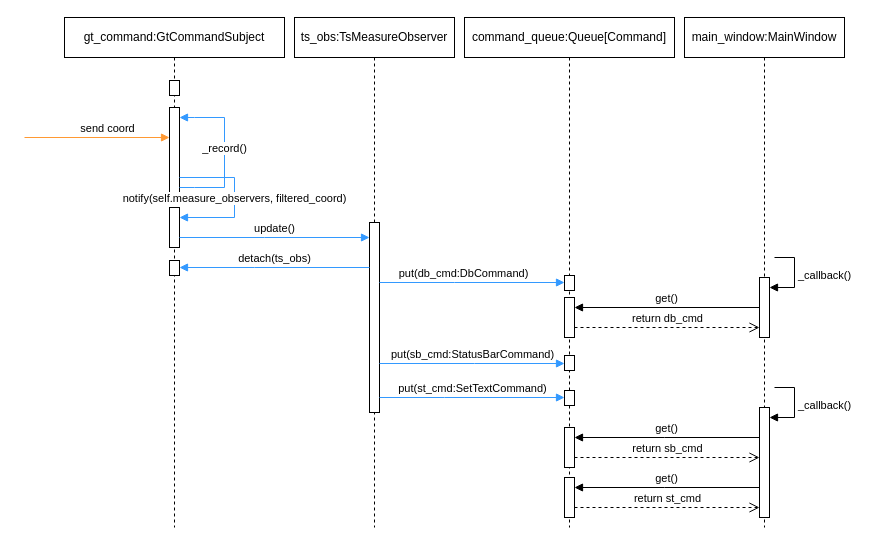
Above: procedural/meassure_trainswitch.drawio in pascalreiss/draw_io_stuff (draw.io), before the change. Source tidied: cells renumbered, new cells numbered last; positions are measured from the earlier drawing's top-left corner, leaving out a move shared by most shapes. Both pictures are drawn from the tidied source at 100%, with x=0, y=0 at pixel (24, 17).
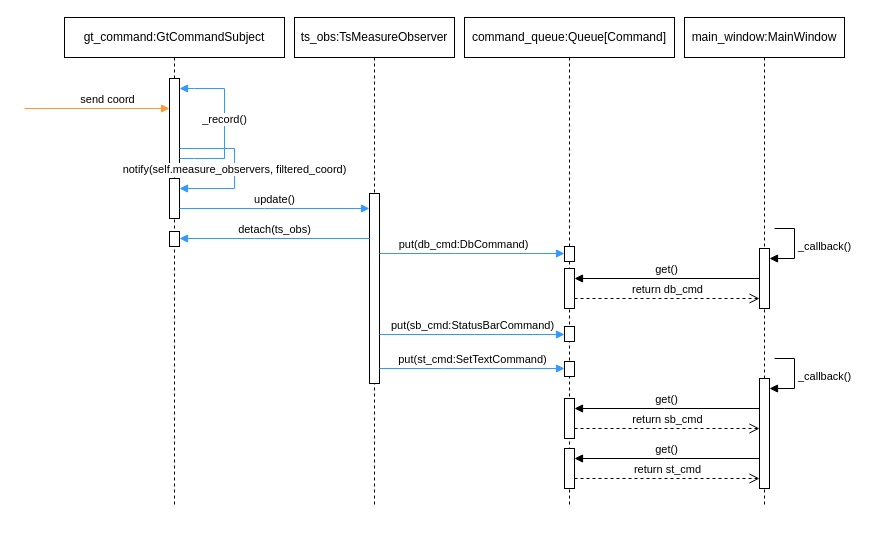
The same diagram, later.

What changed in the source:
```diff
@@
     <mxCell id="2" value="main_window:MainWindow" style="shape=umlLifeline;perimeter=lifelinePerimeter;whiteSpace=wrap;html=1;newEdgeStyle={&quot;curved&quot;:0,&quot;rounded&quot;:0};" parent="1" vertex="1">
-      <mxGeometry x="660" width="160" height="510" as="geometry" />
+      <mxGeometry x="660" width="160" height="490" as="geometry" />
     </mxCell>
     <mxCell id="3" style="html=1;points=[[0,0,0,0,5],[0,1,0,0,-5],[1,0,0,0,5],[1,1,0,0,-5]];perimeter=orthogonalPerimeter;outlineConnect=0;targetShapes=umlLifeline;portConstraint=eastwest;newEdgeStyle={&quot;curved&quot;:0,&quot;rounded&quot;:0};" parent="2" vertex="1">
-      <mxGeometry x="75" y="260" width="10" height="60" as="geometry" />
+      <mxGeometry x="75" y="231" width="10" height="60" as="geometry" />
     </mxCell>
     <mxCell id="4" value="_callback()" style="html=1;align=left;spacingLeft=2;endArrow=block;rounded=0;edgeStyle=orthogonalEdgeStyle;curved=0;rounded=0;" parent="2" edge="1" target="3">
       <mxGeometry relative="1" as="geometry">
-        <mxPoint x="90" y="240" as="sourcePoint" />
+        <mxPoint x="90" y="211" as="sourcePoint" />
         <Array as="points">
-          <mxPoint x="110" y="270" />
+          <mxPoint x="110" y="241" />
         </Array>
       </mxGeometry>
     </mxCell>
     <mxCell id="5" value="command_queue:Queue[Command]" style="shape=umlLifeline;perimeter=lifelinePerimeter;whiteSpace=wrap;html=1;newEdgeStyle={&quot;curved&quot;:0,&quot;rounded&quot;:0};" parent="1" vertex="1">
-      <mxGeometry x="440" width="210" height="510" as="geometry" />
+      <mxGeometry x="440" width="210" height="490" as="geometry" />
     </mxCell>
     <mxCell id="6" style="html=1;points=[[0,0,0,0,5],[0,1,0,0,-5],[1,0,0,0,5],[1,1,0,0,-5]];perimeter=orthogonalPerimeter;outlineConnect=0;targetShapes=umlLifeline;portConstraint=eastwest;newEdgeStyle={&quot;curved&quot;:0,&quot;rounded&quot;:0};" parent="5" vertex="1">
-      <mxGeometry x="100" y="258" width="10" height="15" as="geometry" />
+      <mxGeometry x="100" y="229" width="10" height="15" as="geometry" />
     </mxCell>
     <mxCell id="7" style="html=1;points=[[0,0,0,0,5],[0,1,0,0,-5],[1,0,0,0,5],[1,1,0,0,-5]];perimeter=orthogonalPerimeter;outlineConnect=0;targetShapes=umlLifeline;portConstraint=eastwest;newEdgeStyle={&quot;curved&quot;:0,&quot;rounded&quot;:0};" parent="5" vertex="1">
-      <mxGeometry x="100" y="280" width="10" height="40" as="geometry" />
+      <mxGeometry x="100" y="251" width="10" height="40" as="geometry" />
     </mxCell>
     <mxCell id="8" style="html=1;points=[[0,0,0,0,5],[0,1,0,0,-5],[1,0,0,0,5],[1,1,0,0,-5]];perimeter=orthogonalPerimeter;outlineConnect=0;targetShapes=umlLifeline;portConstraint=eastwest;newEdgeStyle={&quot;curved&quot;:0,&quot;rounded&quot;:0};" parent="5" vertex="1">
-      <mxGeometry x="100" y="338" width="10" height="15" as="geometry" />
+      <mxGeometry x="100" y="309" width="10" height="15" as="geometry" />
     </mxCell>
     <mxCell id="9" style="html=1;points=[[0,0,0,0,5],[0,1,0,0,-5],[1,0,0,0,5],[1,1,0,0,-5]];perimeter=orthogonalPerimeter;outlineConnect=0;targetShapes=umlLifeline;portConstraint=eastwest;newEdgeStyle={&quot;curved&quot;:0,&quot;rounded&quot;:0};" parent="5" vertex="1">
-      <mxGeometry x="100" y="373" width="10" height="15" as="geometry" />
+      <mxGeometry x="100" y="344" width="10" height="15" as="geometry" />
     </mxCell>
     <mxCell id="10" style="html=1;points=[[0,0,0,0,5],[0,1,0,0,-5],[1,0,0,0,5],[1,1,0,0,-5]];perimeter=orthogonalPerimeter;outlineConnect=0;targetShapes=umlLifeline;portConstraint=eastwest;newEdgeStyle={&quot;curved&quot;:0,&quot;rounded&quot;:0};" parent="5" vertex="1">
-      <mxGeometry x="295" y="390" width="10" height="110" as="geometry" />
+      <mxGeometry x="295" y="361" width="10" height="110" as="geometry" />
     </mxCell>
     <mxCell id="11" value="_callback()" style="html=1;align=left;spacingLeft=2;endArrow=block;rounded=0;edgeStyle=orthogonalEdgeStyle;curved=0;rounded=0;" parent="5" edge="1" target="10">
       <mxGeometry relative="1" as="geometry">
-        <mxPoint x="310" y="370" as="sourcePoint" />
+        <mxPoint x="310" y="341" as="sourcePoint" />
         <Array as="points">
-          <mxPoint x="330" y="400" />
+          <mxPoint x="330" y="371" />
         </Array>
       </mxGeometry>
     </mxCell>
     <mxCell id="12" value="get()" style="html=1;verticalAlign=bottom;endArrow=block;curved=0;rounded=0;" parent="5" edge="1" source="10" target="14">
       <mxGeometry relative="1" as="geometry">
         <Array as="points">
-          <mxPoint x="200" y="420" />
+          <mxPoint x="200" y="391" />
         </Array>
       </mxGeometry>
     </mxCell>
     <mxCell id="13" value="return sb_cmd" style="html=1;verticalAlign=bottom;endArrow=open;dashed=1;endSize=8;curved=0;rounded=0;" parent="5" edge="1" source="14" target="10">
       <mxGeometry relative="1" as="geometry">
         <Array as="points">
-          <mxPoint x="200" y="440" />
+          <mxPoint x="200" y="411" />
         </Array>
       </mxGeometry>
     </mxCell>
     <mxCell id="14" style="html=1;points=[[0,0,0,0,5],[0,1,0,0,-5],[1,0,0,0,5],[1,1,0,0,-5]];perimeter=orthogonalPerimeter;outlineConnect=0;targetShapes=umlLifeline;portConstraint=eastwest;newEdgeStyle={&quot;curved&quot;:0,&quot;rounded&quot;:0};" parent="5" vertex="1">
-      <mxGeometry x="100" y="410" width="10" height="40" as="geometry" />
+      <mxGeometry x="100" y="381" width="10" height="40" as="geometry" />
     </mxCell>
     <mxCell id="15" value="get()" style="html=1;verticalAlign=bottom;endArrow=block;curved=0;rounded=0;" parent="5" edge="1" target="17">
       <mxGeometry relative="1" as="geometry">
-        <mxPoint x="295" y="470" as="sourcePoint" />
+        <mxPoint x="295" y="441" as="sourcePoint" />
         <Array as="points">
-          <mxPoint x="200" y="470" />
+          <mxPoint x="200" y="441" />
         </Array>
       </mxGeometry>
     </mxCell>
     <mxCell id="16" value="return st_cmd" style="html=1;verticalAlign=bottom;endArrow=open;dashed=1;endSize=8;curved=0;rounded=0;" parent="5" edge="1" source="17">
       <mxGeometry relative="1" as="geometry">
-        <mxPoint x="295" y="490" as="targetPoint" />
+        <mxPoint x="295" y="461" as="targetPoint" />
         <Array as="points">
-          <mxPoint x="200" y="490" />
+          <mxPoint x="200" y="461" />
         </Array>
       </mxGeometry>
     </mxCell>
     <mxCell id="17" style="html=1;points=[[0,0,0,0,5],[0,1,0,0,-5],[1,0,0,0,5],[1,1,0,0,-5]];perimeter=orthogonalPerimeter;outlineConnect=0;targetShapes=umlLifeline;portConstraint=eastwest;newEdgeStyle={&quot;curved&quot;:0,&quot;rounded&quot;:0};" parent="5" vertex="1">
-      <mxGeometry x="100" y="460" width="10" height="40" as="geometry" />
+      <mxGeometry x="100" y="431" width="10" height="40" as="geometry" />
     </mxCell>
     <mxCell id="18" value="ts_obs:TsMeasureObserver" style="shape=umlLifeline;perimeter=lifelinePerimeter;whiteSpace=wrap;html=1;newEdgeStyle={&quot;curved&quot;:0,&quot;rounded&quot;:0};" parent="1" vertex="1">
-      <mxGeometry x="270" width="160" height="510" as="geometry" />
+      <mxGeometry x="270" width="160" height="490" as="geometry" />
     </mxCell>
     <mxCell id="19" style="html=1;points=[[0,0,0,0,5],[0,1,0,0,-5],[1,0,0,0,5],[1,1,0,0,-5]];perimeter=orthogonalPerimeter;outlineConnect=0;targetShapes=umlLifeline;portConstraint=eastwest;newEdgeStyle={&quot;curved&quot;:0,&quot;rounded&quot;:0};" parent="18" vertex="1">
-      <mxGeometry x="75" y="205" width="10" height="190" as="geometry" />
+      <mxGeometry x="75" y="176" width="10" height="190" as="geometry" />
     </mxCell>
     <mxCell id="20" value="gt_command:GtCommandSubject" style="shape=umlLifeline;whiteSpace=wrap;html=1;newEdgeStyle={&quot;curved&quot;:0,&quot;rounded&quot;:0};perimeter=rectanglePerimeter;targetShapes=umlLifeline;participant=label;" parent="1" vertex="1">
-      <mxGeometry x="40" width="220" height="510" as="geometry" />
+      <mxGeometry x="40" width="220" height="490" as="geometry" />
     </mxCell>
     <mxCell id="21" style="html=1;points=[[0,0,0,0,5],[0,1,0,0,-5],[1,0,0,0,5],[1,1,0,0,-5]];perimeter=orthogonalPerimeter;outlineConnect=0;targetShapes=umlLifeline;portConstraint=eastwest;newEdgeStyle={&quot;curved&quot;:0,&quot;rounded&quot;:0};" parent="20" vertex="1">
-      <mxGeometry x="105" y="90" width="10" height="90" as="geometry" />
+      <mxGeometry x="105" y="61" width="10" height="90" as="geometry" />
     </mxCell>
     <mxCell id="22" value="_record()" style="html=1;verticalAlign=bottom;endArrow=block;curved=0;rounded=0;strokeColor=#3399FF;" parent="20" edge="1" source="21" target="21">
       <mxGeometry x="-0.06" relative="1" as="geometry">
         <Array as="points">
-          <mxPoint x="130" y="170" />
-          <mxPoint x="160" y="170" />
-          <mxPoint x="160" y="100" />
-          <mxPoint x="130" y="100" />
+          <mxPoint x="130" y="141" />
+          <mxPoint x="160" y="141" />
+          <mxPoint x="160" y="71" />
+          <mxPoint x="130" y="71" />
         </Array>
       </mxGeometry>
     </mxCell>
     <mxCell id="23" value="notify(self.measure_observers, filtered_coord)" style="html=1;verticalAlign=bottom;endArrow=block;curved=0;rounded=0;strokeColor=#3399FF;" parent="20" edge="1" source="21" target="25">
       <mxGeometry x="0.13" relative="1" as="geometry">
         <Array as="points">
-          <mxPoint x="170" y="160" />
-          <mxPoint x="170" y="200" />
+          <mxPoint x="170" y="131" />
+          <mxPoint x="170" y="171" />
         </Array>
       </mxGeometry>
     </mxCell>
-    <mxCell id="24" style="html=1;perimeter=orthogonalPerimeter;targetShapes=umlLifeline;newEdgeStyle={&quot;curved&quot;:0,&quot;rounded&quot;:0};" parent="20" vertex="1">
-      <mxGeometry x="105" y="63" width="10" height="15" as="geometry" />
-    </mxCell>
     <mxCell id="25" style="html=1;points=[[0,0,0,0,5],[0,1,0,0,-5],[1,0,0,0,5],[1,1,0,0,-5]];perimeter=orthogonalPerimeter;outlineConnect=0;targetShapes=umlLifeline;portConstraint=eastwest;newEdgeStyle={&quot;curved&quot;:0,&quot;rounded&quot;:0};" parent="20" vertex="1">
-      <mxGeometry x="105" y="190" width="10" height="40" as="geometry" />
+      <mxGeometry x="105" y="161" width="10" height="40" as="geometry" />
     </mxCell>
     <mxCell id="26" style="html=1;points=[[0,0,0,0,5],[0,1,0,0,-5],[1,0,0,0,5],[1,1,0,0,-5]];perimeter=orthogonalPerimeter;outlineConnect=0;targetShapes=umlLifeline;portConstraint=eastwest;newEdgeStyle={&quot;curved&quot;:0,&quot;rounded&quot;:0};" parent="20" vertex="1">
-      <mxGeometry x="105" y="243" width="10" height="15" as="geometry" />
+      <mxGeometry x="105" y="214" width="10" height="15" as="geometry" />
     </mxCell>
     <mxCell id="27" value="send coord" style="html=1;verticalAlign=bottom;endArrow=block;curved=0;rounded=0;strokeColor=#FF9933;" parent="1" edge="1">
       <mxGeometry x="0.14" relative="1" as="geometry">
-        <mxPoint y="120" as="sourcePoint" />
-        <mxPoint x="145" y="120" as="targetPoint" />
+        <mxPoint y="91" as="sourcePoint" />
+        <mxPoint x="145" y="91" as="targetPoint" />
       </mxGeometry>
     </mxCell>
     <mxCell id="28" value="update()" style="html=1;verticalAlign=bottom;endArrow=block;curved=0;rounded=0;strokeColor=#3399FF;" parent="1" edge="1" source="25" target="19">
       <mxGeometry relative="1" as="geometry">
         <Array as="points">
-          <mxPoint x="240" y="220" />
+          <mxPoint x="240" y="191" />
         </Array>
       </mxGeometry>
     </mxCell>
     <mxCell id="29" value="detach(ts_obs)" style="html=1;verticalAlign=bottom;endArrow=block;curved=0;rounded=0;strokeColor=#3399FF;" parent="1" edge="1" source="19" target="26">
       <mxGeometry relative="1" as="geometry">
         <Array as="points">
-          <mxPoint x="230" y="250" />
+          <mxPoint x="230" y="221" />
         </Array>
       </mxGeometry>
     </mxCell>
     <mxCell id="30" value="put(db_cmd:DbCommand)" style="html=1;verticalAlign=bottom;endArrow=block;curved=0;rounded=0;strokeColor=#3399FF;" parent="1" edge="1" source="19" target="6">
       <mxGeometry x="-0.09" relative="1" as="geometry">
         <Array as="points">
-          <mxPoint x="430" y="265" />
+          <mxPoint x="430" y="236" />
         </Array>
       </mxGeometry>
     </mxCell>
     <mxCell id="31" value="put(sb_cmd:StatusBarCommand)" style="html=1;verticalAlign=bottom;endArrow=block;curved=0;rounded=0;strokeColor=#3399FF;" parent="1" edge="1" source="19" target="8">
       <mxGeometry relative="1" as="geometry">
         <Array as="points">
-          <mxPoint x="450" y="346" />
+          <mxPoint x="450" y="317" />
         </Array>
       </mxGeometry>
     </mxCell>
     <mxCell id="32" value="put(st_cmd:SetTextCommand)" style="html=1;verticalAlign=bottom;endArrow=block;curved=0;rounded=0;strokeColor=#3399FF;" parent="1" edge="1" source="19" target="9">
       <mxGeometry relative="1" as="geometry">
         <Array as="points">
-          <mxPoint x="420" y="380" />
+          <mxPoint x="420" y="351" />
         </Array>
       </mxGeometry>
     </mxCell>
@@
     <mxCell id="34" value="return db_cmd" style="html=1;verticalAlign=bottom;endArrow=open;dashed=1;endSize=8;curved=0;rounded=0;" parent="1" edge="1" source="7" target="3">
       <mxGeometry relative="1" as="geometry">
         <Array as="points">
-          <mxPoint x="640" y="310" />
+          <mxPoint x="640" y="281" />
         </Array>
       </mxGeometry>
     </mxCell>
```
